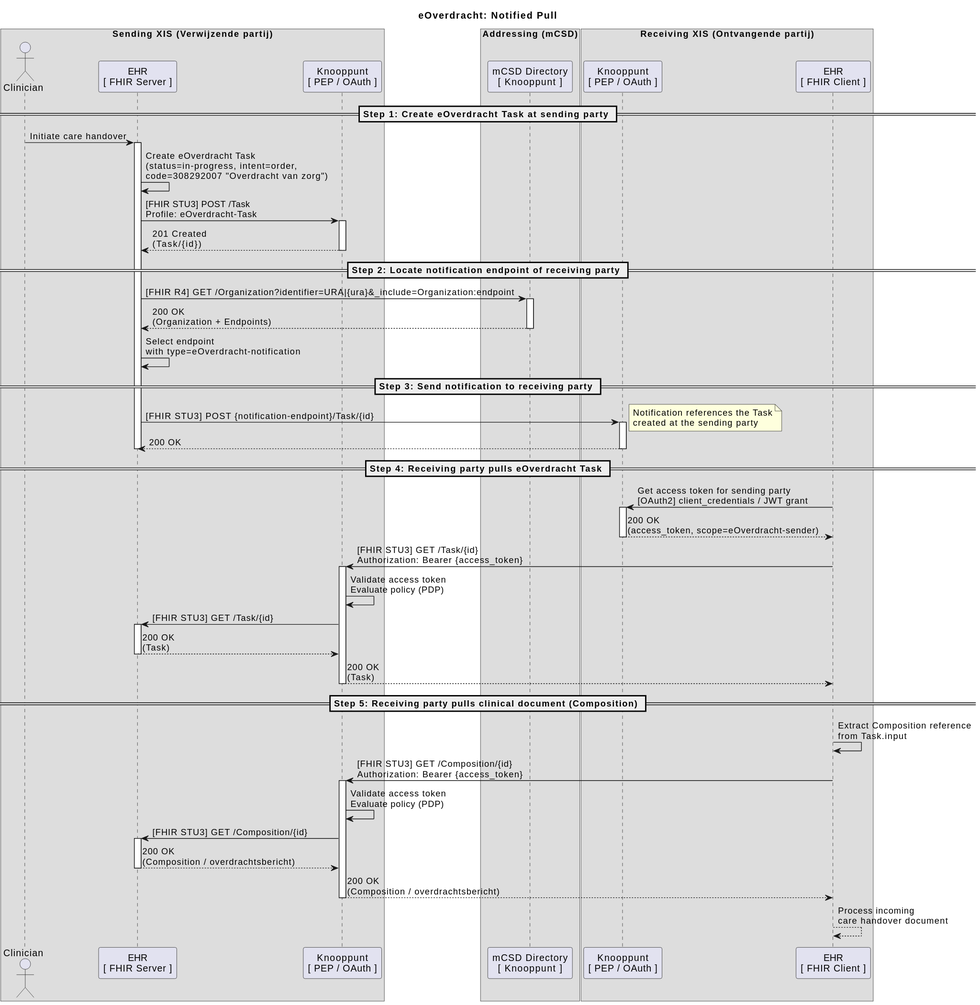
Before: docs/images/eoverdracht-notified-pull-sd.svg, a diagram exported from PlantUML (nuts-foundation/nuts-knooppunt).
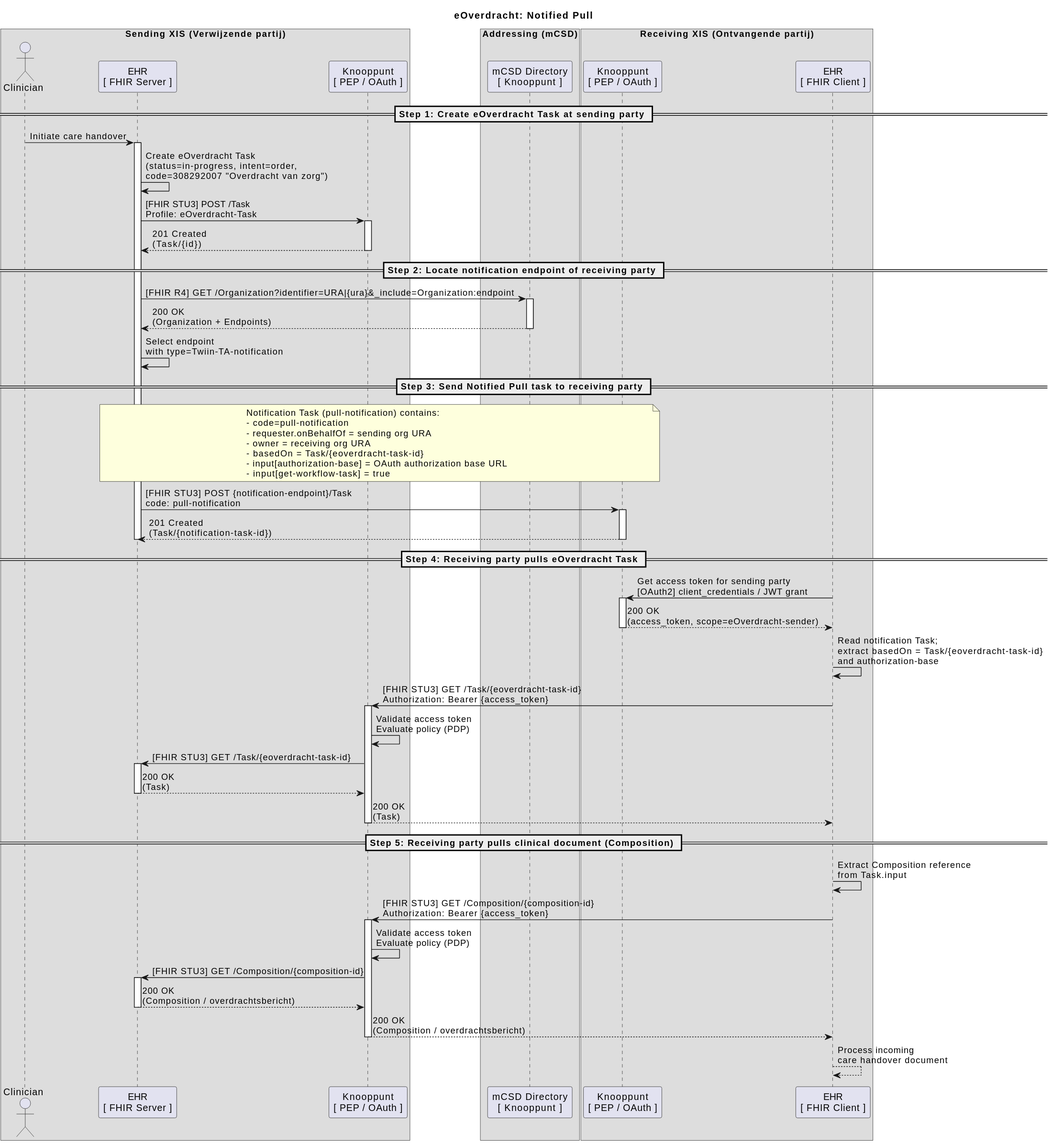
After the change.

Commit message:
Update eOverdracht diagram to use Twiin Notified Pull pattern with pull-notification Task

Diff of the diagram source:
```diff
@@ -36,14 +36,23 @@
     mcsd --> ehr_s : 200 OK\n(Organization + Endpoints)
 deactivate mcsd
 
-ehr_s -> ehr_s : Select endpoint\nwith type=eOverdracht-notification
+ehr_s -> ehr_s : Select endpoint\nwith type=Twiin-TA-notification
 
-== Step 3: Send notification to receiving party ==
+== Step 3: Send Notified Pull task to receiving party ==
 
-ehr_s -> kp_r : [FHIR STU3] POST {notification-endpoint}/Task/{id}
-note right : Notification references the Task\ncreated at the sending party
+note over ehr_s, kp_r
+  Notification Task (pull-notification) contains:
+  - code=pull-notification
+  - requester.onBehalfOf = sending org URA
+  - owner = receiving org URA
+  - basedOn = Task/{eoverdracht-task-id}
+  - input[authorization-base] = OAuth authorization base URL
+  - input[get-workflow-task] = true
+end note
+
+ehr_s -> kp_r : [FHIR STU3] POST {notification-endpoint}/Task\ncode: pull-notification
 activate kp_r
-    kp_r --> ehr_s : 200 OK
+    kp_r --> ehr_s : 201 Created\n(Task/{notification-task-id})
 deactivate kp_r
 
 deactivate ehr_s
@@ -55,10 +64,12 @@
     kp_r --> ehr_r : 200 OK\n(access_token, scope=eOverdracht-sender)
 deactivate kp_r
 
-ehr_r -> kp_s : [FHIR STU3] GET /Task/{id}\nAuthorization: Bearer {access_token}
+ehr_r -> ehr_r : Read notification Task;\nextract basedOn = Task/{eoverdracht-task-id}\nand authorization-base
+
+ehr_r -> kp_s : [FHIR STU3] GET /Task/{eoverdracht-task-id}\nAuthorization: Bearer {access_token}
 activate kp_s
     kp_s -> kp_s : Validate access token\nEvaluate policy (PDP)
-    kp_s -> ehr_s : [FHIR STU3] GET /Task/{id}
+    kp_s -> ehr_s : [FHIR STU3] GET /Task/{eoverdracht-task-id}
     activate ehr_s
         ehr_s --> kp_s : 200 OK\n(Task)
     deactivate ehr_s
@@ -69,10 +80,10 @@
 
 ehr_r -> ehr_r : Extract Composition reference\nfrom Task.input
 
-ehr_r -> kp_s : [FHIR STU3] GET /Composition/{id}\nAuthorization: Bearer {access_token}
+ehr_r -> kp_s : [FHIR STU3] GET /Composition/{composition-id}\nAuthorization: Bearer {access_token}
 activate kp_s
     kp_s -> kp_s : Validate access token\nEvaluate policy (PDP)
-    kp_s -> ehr_s : [FHIR STU3] GET /Composition/{id}
+    kp_s -> ehr_s : [FHIR STU3] GET /Composition/{composition-id}
     activate ehr_s
         ehr_s --> kp_s : 200 OK\n(Composition / overdrachtsbericht)
     deactivate ehr_s
```
